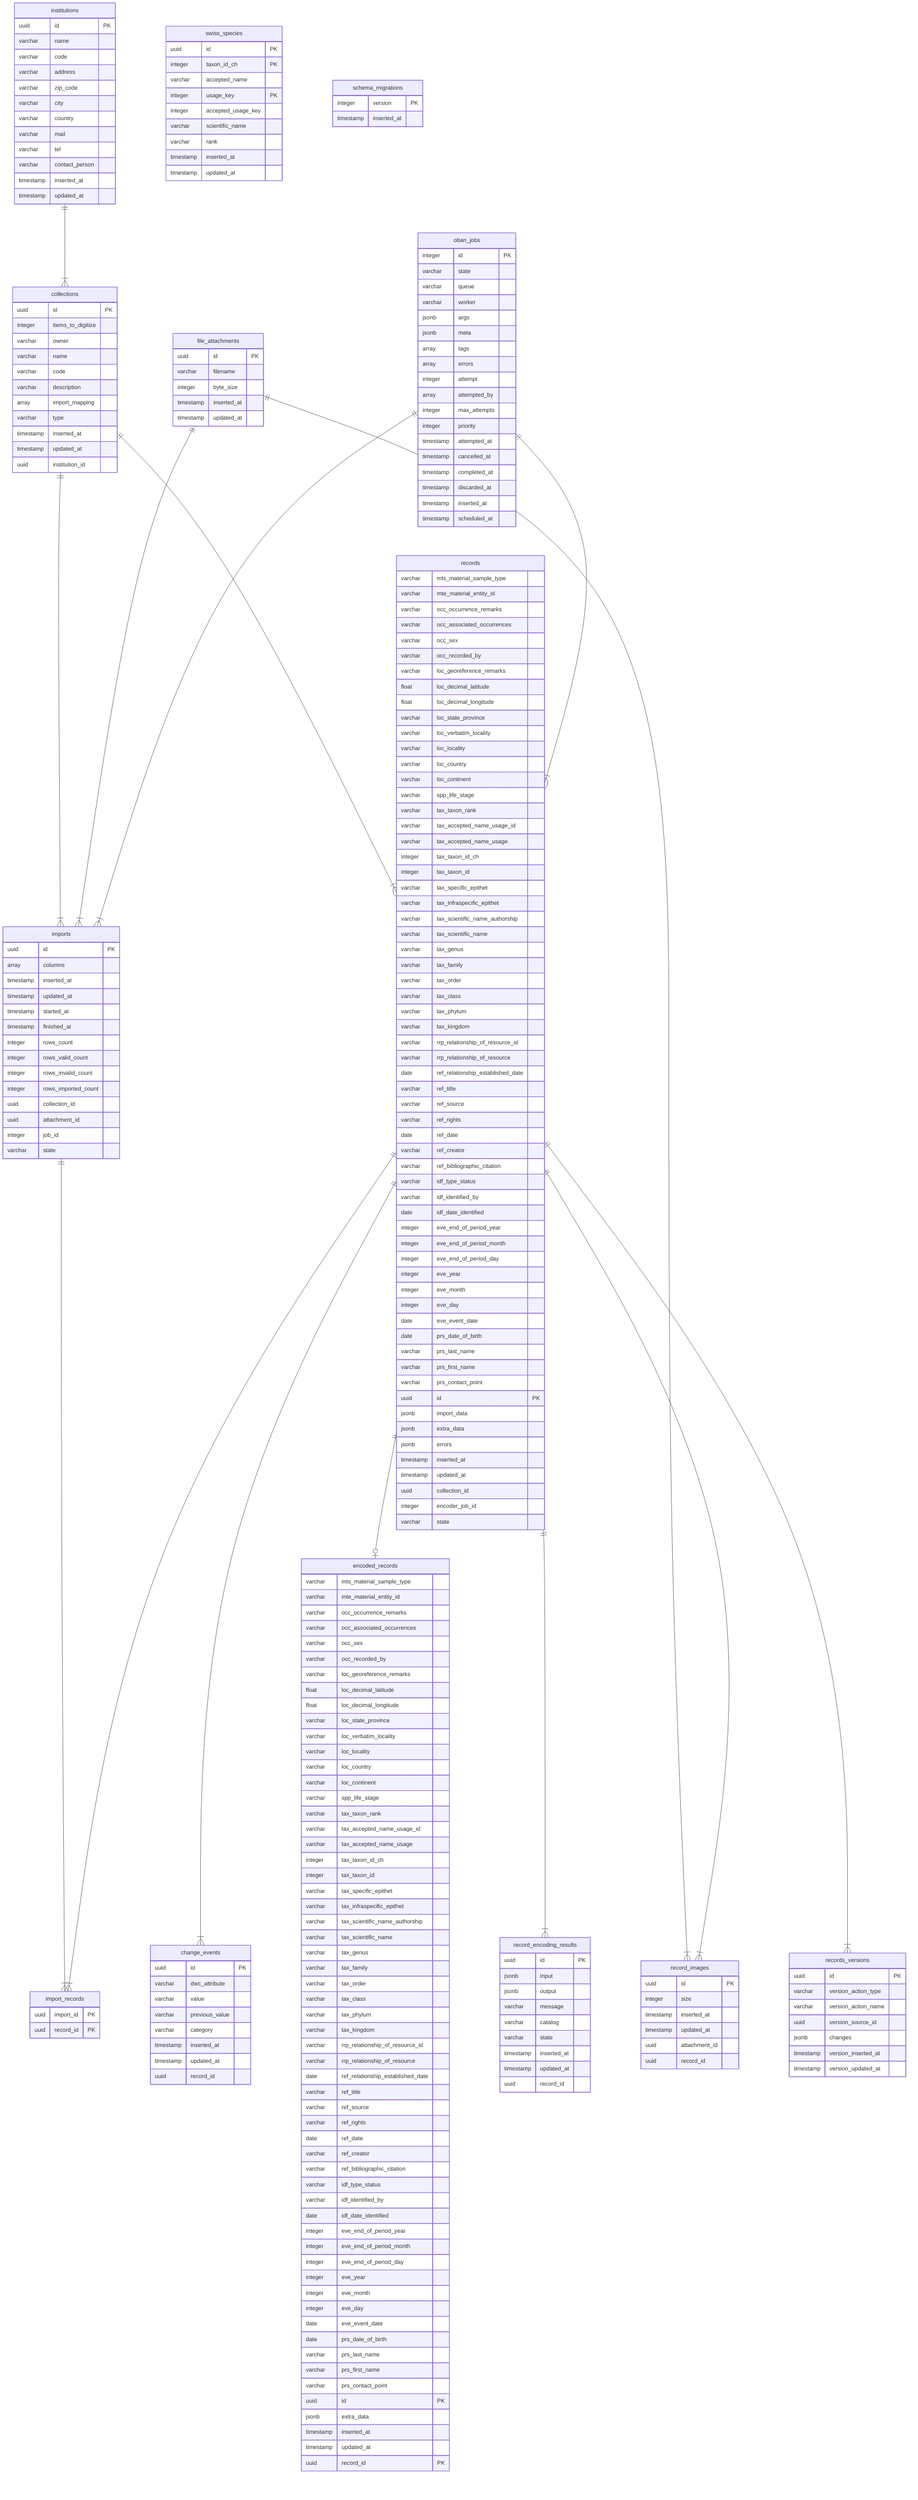
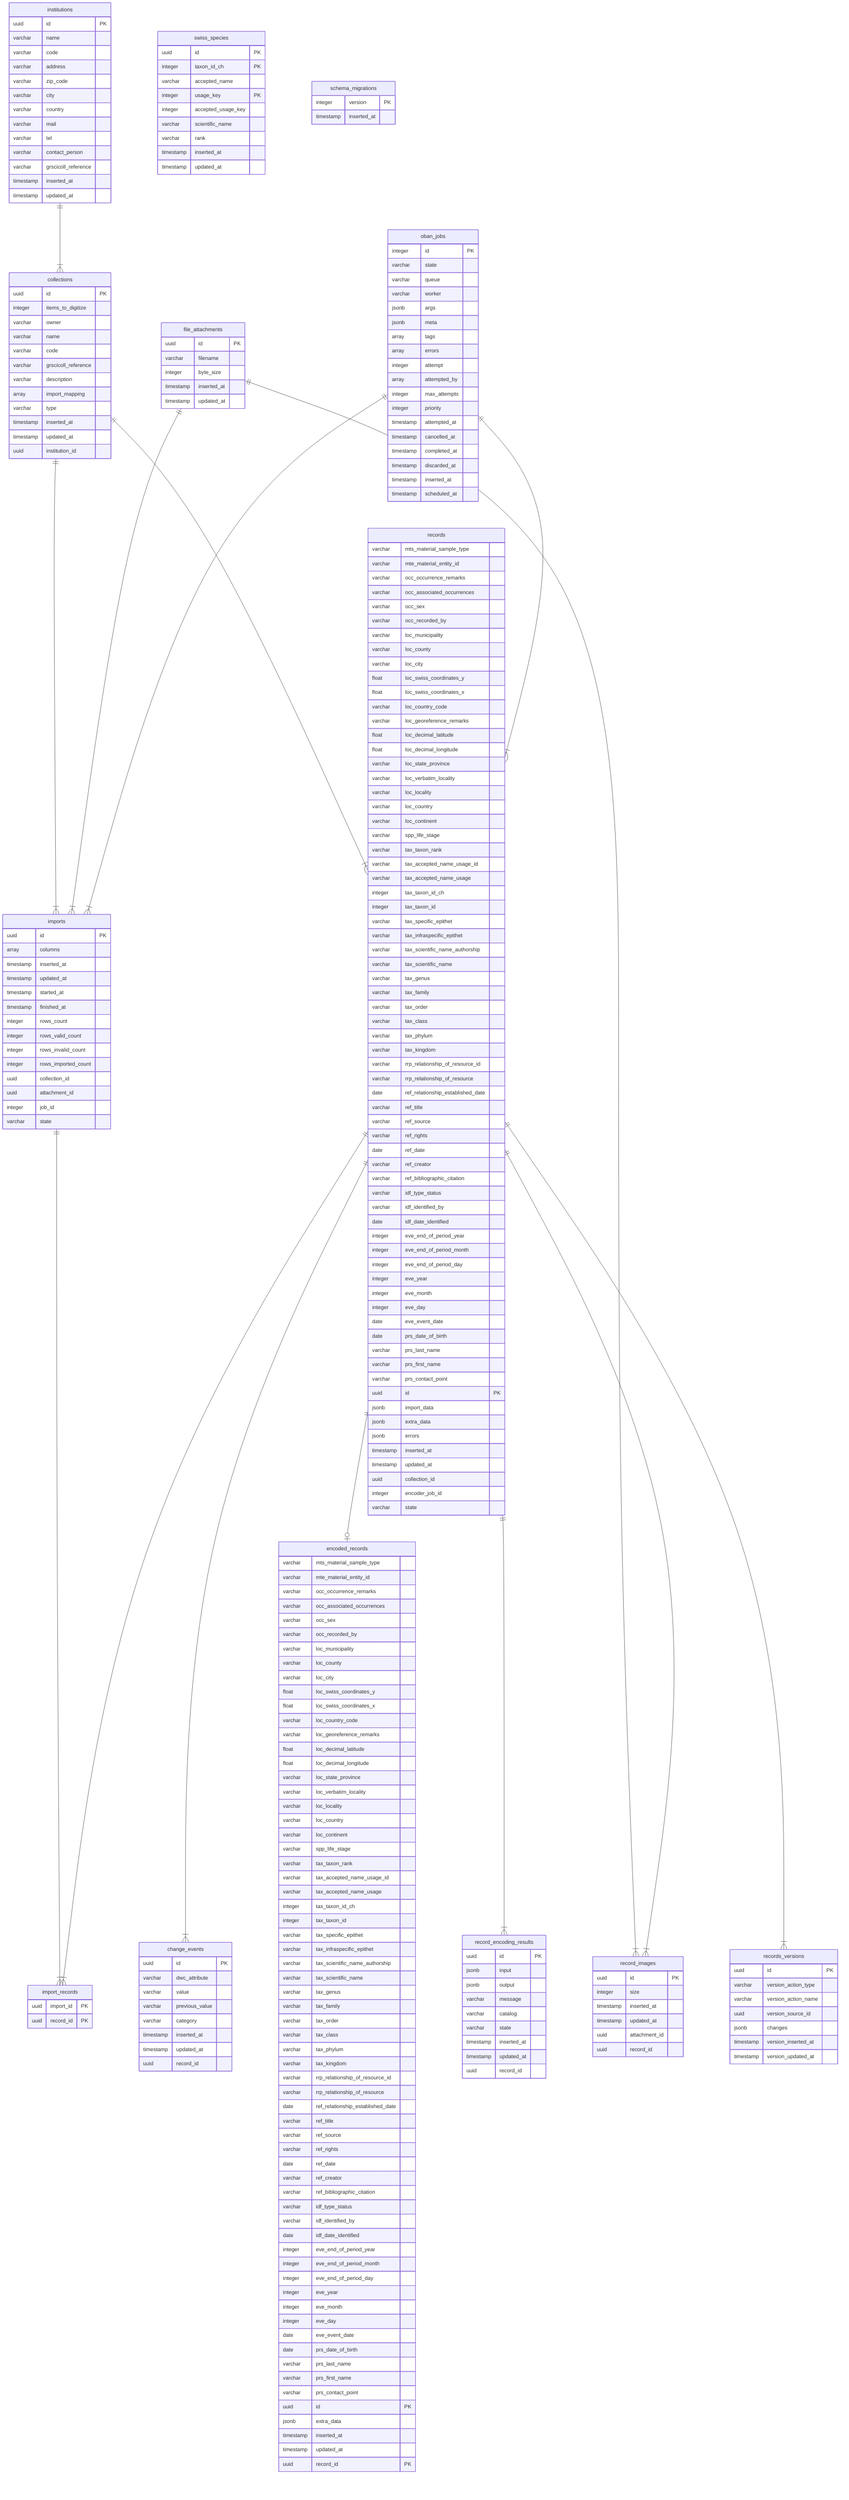
erDiagram
  file_attachments {
    uuid id PK
    varchar filename
    integer byte_size
    timestamp inserted_at
    timestamp updated_at
  }
  institutions {
    uuid id PK
    varchar name
    varchar code
    varchar address
    varchar zip_code
    varchar city
    varchar country
    varchar mail
    varchar tel
    varchar contact_person
+     varchar grscicoll_reference
    timestamp inserted_at
    timestamp updated_at
  }
  change_events {
    uuid id PK
    varchar dwc_attribute
    varchar value
    varchar previous_value
    varchar category
    timestamp inserted_at
    timestamp updated_at
    uuid record_id
  }
  collections {
    uuid id PK
    integer items_to_digitize
    varchar owner
    varchar name
    varchar code
+     varchar grscicoll_reference
    varchar description
    array import_mapping
    varchar type
    timestamp inserted_at
    timestamp updated_at
    uuid institution_id
  }
  encoded_records {
    varchar mts_material_sample_type
    varchar mte_material_entity_id
    varchar occ_occurrence_remarks
    varchar occ_associated_occurrences
    varchar occ_sex
    varchar occ_recorded_by
+     varchar loc_municipality
+     varchar loc_county
+     varchar loc_city
+     float loc_swiss_coordinates_y
+     float loc_swiss_coordinates_x
+     varchar loc_country_code
    varchar loc_georeference_remarks
    float loc_decimal_latitude
    float loc_decimal_longitude
    varchar loc_state_province
    varchar loc_verbatim_locality
    varchar loc_locality
    varchar loc_country
    varchar loc_continent
    varchar spp_life_stage
    varchar tax_taxon_rank
    varchar tax_accepted_name_usage_id
    varchar tax_accepted_name_usage
    integer tax_taxon_id_ch
    integer tax_taxon_id
    varchar tax_specific_epithet
    varchar tax_infraspecific_epithet
    varchar tax_scientific_name_authorship
    varchar tax_scientific_name
    varchar tax_genus
    varchar tax_family
    varchar tax_order
    varchar tax_class
    varchar tax_phylum
    varchar tax_kingdom
    varchar rrp_relationship_of_resource_id
    varchar rrp_relationship_of_resource
    date ref_relationship_established_date
    varchar ref_title
    varchar ref_source
    varchar ref_rights
    date ref_date
    varchar ref_creator
    varchar ref_bibliographic_citation
    varchar idf_type_status
    varchar idf_identified_by
    date idf_date_identified
    integer eve_end_of_period_year
    integer eve_end_of_period_month
    integer eve_end_of_period_day
    integer eve_year
    integer eve_month
    integer eve_day
    date eve_event_date
    date prs_date_of_birth
    varchar prs_last_name
    varchar prs_first_name
    varchar prs_contact_point
    uuid id PK
    jsonb extra_data
    timestamp inserted_at
    timestamp updated_at
    uuid record_id PK
  }
  record_encoding_results {
    uuid id PK
    jsonb input
    jsonb output
    varchar message
    varchar catalog
    varchar state
    timestamp inserted_at
    timestamp updated_at
    uuid record_id
  }
  imports {
    uuid id PK
    array columns
    timestamp inserted_at
    timestamp updated_at
    timestamp started_at
    timestamp finished_at
    integer rows_count
    integer rows_valid_count
    integer rows_invalid_count
    integer rows_imported_count
    uuid collection_id
    uuid attachment_id
    integer job_id
    varchar state
  }
  import_records {
    uuid import_id PK
    uuid record_id PK
  }
  records {
    varchar mts_material_sample_type
    varchar mte_material_entity_id
    varchar occ_occurrence_remarks
    varchar occ_associated_occurrences
    varchar occ_sex
    varchar occ_recorded_by
+     varchar loc_municipality
+     varchar loc_county
+     varchar loc_city
+     float loc_swiss_coordinates_y
+     float loc_swiss_coordinates_x
+     varchar loc_country_code
    varchar loc_georeference_remarks
    float loc_decimal_latitude
    float loc_decimal_longitude
    varchar loc_state_province
    varchar loc_verbatim_locality
    varchar loc_locality
    varchar loc_country
    varchar loc_continent
    varchar spp_life_stage
    varchar tax_taxon_rank
    varchar tax_accepted_name_usage_id
    varchar tax_accepted_name_usage
    integer tax_taxon_id_ch
    integer tax_taxon_id
    varchar tax_specific_epithet
    varchar tax_infraspecific_epithet
    varchar tax_scientific_name_authorship
    varchar tax_scientific_name
    varchar tax_genus
    varchar tax_family
    varchar tax_order
    varchar tax_class
    varchar tax_phylum
    varchar tax_kingdom
    varchar rrp_relationship_of_resource_id
    varchar rrp_relationship_of_resource
    date ref_relationship_established_date
    varchar ref_title
    varchar ref_source
    varchar ref_rights
    date ref_date
    varchar ref_creator
    varchar ref_bibliographic_citation
    varchar idf_type_status
    varchar idf_identified_by
    date idf_date_identified
    integer eve_end_of_period_year
    integer eve_end_of_period_month
    integer eve_end_of_period_day
    integer eve_year
    integer eve_month
    integer eve_day
    date eve_event_date
    date prs_date_of_birth
    varchar prs_last_name
    varchar prs_first_name
    varchar prs_contact_point
    uuid id PK
    jsonb import_data
    jsonb extra_data
    jsonb errors
    timestamp inserted_at
    timestamp updated_at
    uuid collection_id
    integer encoder_job_id
    varchar state
  }
  record_images {
    uuid id PK
    integer size
    timestamp inserted_at
    timestamp updated_at
    uuid attachment_id
    uuid record_id
  }
  records_versions {
    uuid id PK
    varchar version_action_type
    varchar version_action_name
    uuid version_source_id
    jsonb changes
    timestamp version_inserted_at
    timestamp version_updated_at
  }
  swiss_species {
    uuid id PK
    integer taxon_id_ch PK
    varchar accepted_name
    integer usage_key PK
    integer accepted_usage_key
    varchar scientific_name
    varchar rank
    timestamp inserted_at
    timestamp updated_at
  }
  schema_migrations {
    integer version PK
    timestamp inserted_at
  }
  oban_jobs {
    integer id PK
    varchar state
    varchar queue
    varchar worker
    jsonb args
    jsonb meta
    array tags
    array errors
    integer attempt
    array attempted_by
    integer max_attempts
    integer priority
    timestamp attempted_at
    timestamp cancelled_at
    timestamp completed_at
    timestamp discarded_at
    timestamp inserted_at
    timestamp scheduled_at
  }
  collections ||--|{ imports : ""
  collections ||--|{ records : ""
  file_attachments ||--|{ imports : ""
  file_attachments ||--|{ record_images : ""
  imports ||--|{ import_records : ""
  institutions ||--|{ collections : ""
  oban_jobs ||--|{ imports : ""
  oban_jobs ||--|{ records : ""
  records ||--|{ change_events : ""
  records ||--o| encoded_records : ""
  records ||--|{ import_records : ""
  records ||--|{ record_encoding_results : ""
  records ||--|{ record_images : ""
  records ||--|{ records_versions : ""
